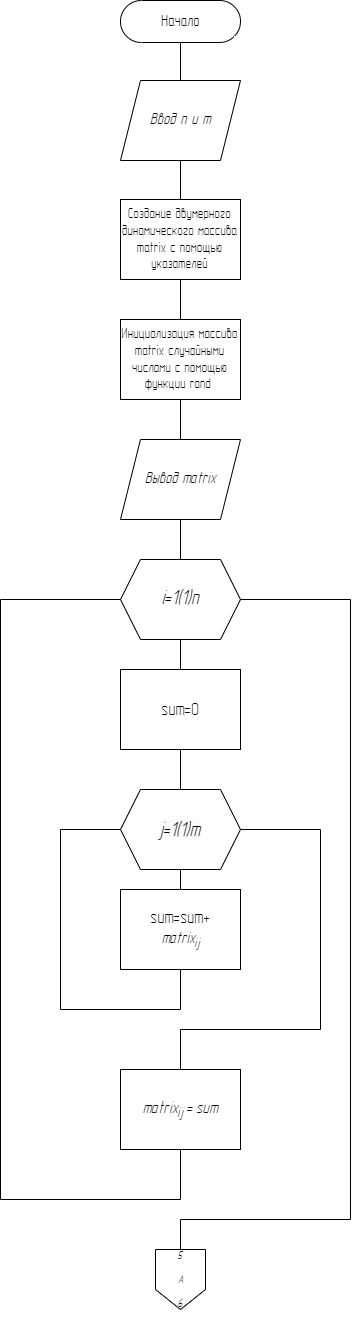
Earlier version of the draw.io export LAB_VP_4_3.png (KirillBaboshko/labvp4). Source tidied: cells renumbered, new cells last; positions are measured from the earlier drawing's top-left corner, leaving out a move shared by most shapes.
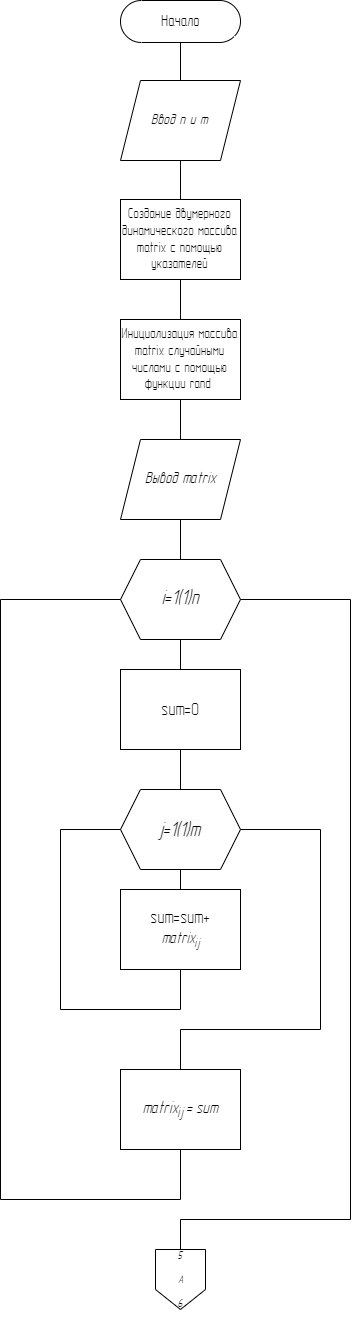
Later version of the same file.

The edit, as a diff of the source:
```diff
@@ -8,7 +8,7 @@
     <mxCell id="3" style="endArrow=none;html=1;rounded=0;entryX=0.5;entryY=0.5;entryDx=0;entryDy=21;entryPerimeter=0;exitX=0.5;exitY=0;exitDx=0;exitDy=0;" parent="1" edge="1" source="4" target="2">
       <mxGeometry relative="1" as="geometry" />
     </mxCell>
-    <mxCell id="4" value="&lt;p style=&quot;line-height:12.25pt;mso-line-height-rule:exactly&quot; class=&quot;MsoNormal&quot;&gt;&lt;i style=&quot;&quot;&gt;&lt;font style=&quot;font-size: 16px;&quot; face=&quot;GOST Type A&quot;&gt;Ввод n и m&lt;/font&gt;&lt;/i&gt;&lt;/p&gt;" style="shape=parallelogram;perimeter=parallelogramPerimeter;whiteSpace=wrap;html=1;fixedSize=1;" parent="1" vertex="1">
+    <mxCell id="4" value="&lt;p style=&quot;line-height:12.25pt;mso-line-height-rule:exactly&quot; class=&quot;MsoNormal&quot;&gt;&lt;i style=&quot;&quot;&gt;&lt;font style=&quot;font-size: 15px;&quot; face=&quot;GOST Type A&quot;&gt;Ввод n и m&lt;/font&gt;&lt;/i&gt;&lt;/p&gt;" style="shape=parallelogram;perimeter=parallelogramPerimeter;whiteSpace=wrap;html=1;fixedSize=1;" parent="1" vertex="1">
       <mxGeometry x="120" y="80" width="120" height="80" as="geometry" />
     </mxCell>
     <mxCell id="5" style="endArrow=none;html=1;rounded=0;entryX=0.5;entryY=1;entryDx=0;entryDy=0;exitX=0.5;exitY=0;exitDx=0;exitDy=0;" parent="1" edge="1" source="6" target="4">
```
